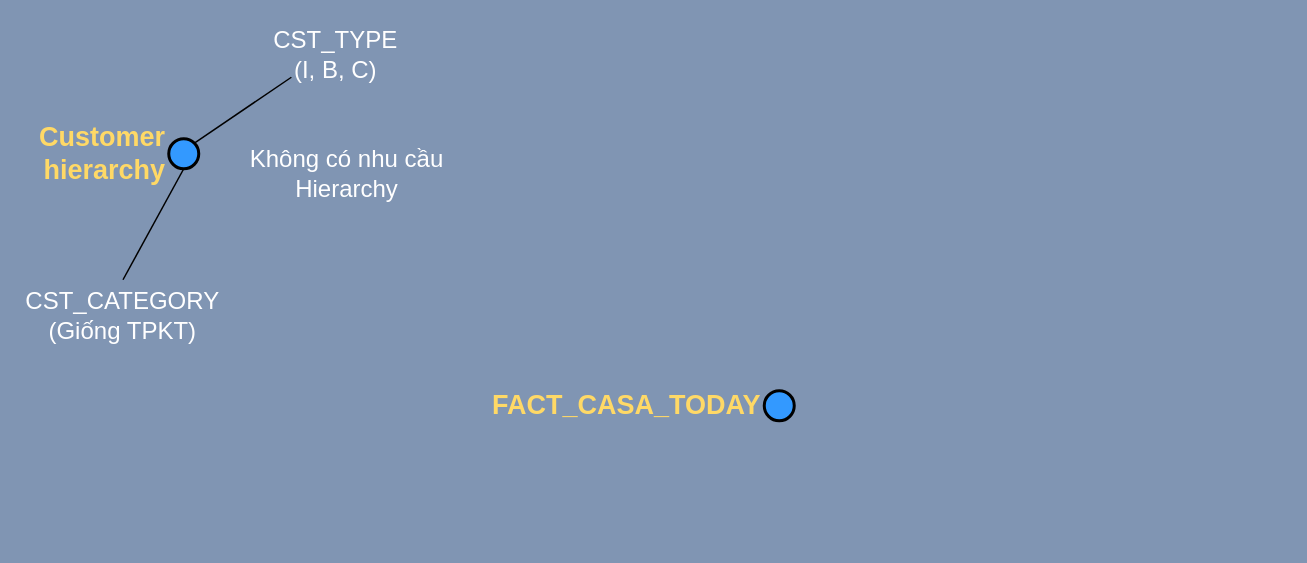
Before: Oracle Aggregate Tables.drawio in uyennt01/Project1, a draw.io diagram. Source tidied: cells renumbered, new cells numbered last; positions are measured from the earlier drawing's top-left corner, leaving out a move shared by most shapes. Both pictures are drawn from the tidied source at 150%, with x=0, y=0 at pixel (33, 32).
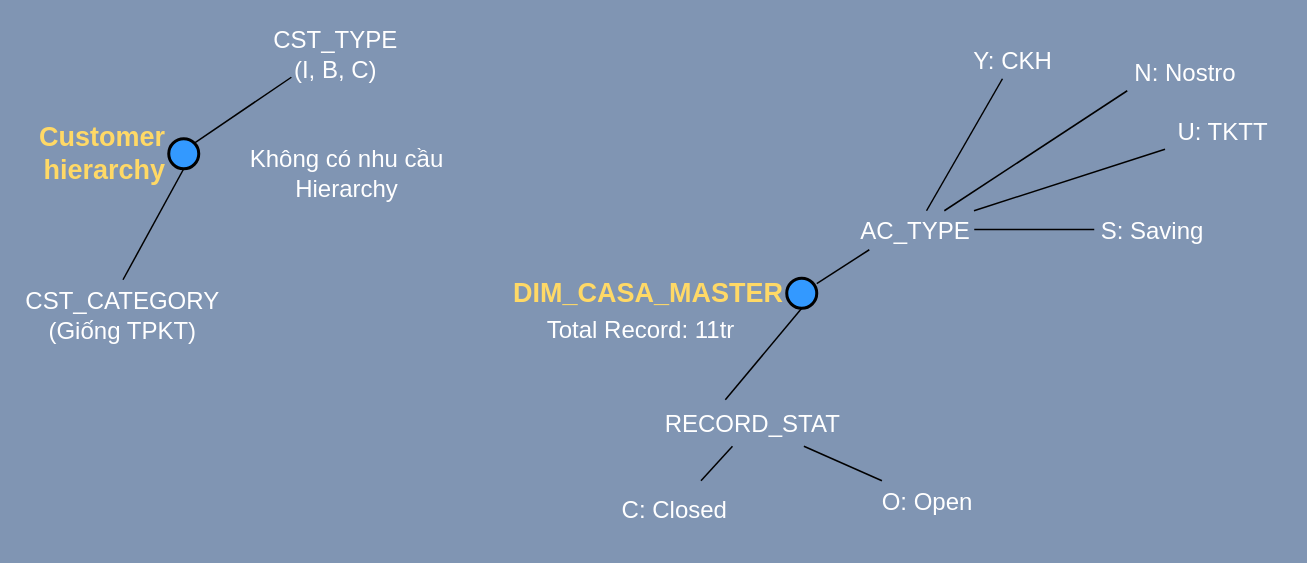
Above is the later version.

Diff of the diagram source:
```diff
@@
+    <mxCell id="9" style="edgeStyle=none;rounded=0;jettySize=auto;html=1;endArrow=none;endFill=0;fontSize=16;fontColor=#FFFFFF;entryX=0.103;entryY=1.04;entryDx=0;entryDy=0;entryPerimeter=0;" parent="1" edge="1" source="8" target="20">
+      <mxGeometry relative="1" as="geometry" />
+    </mxCell>
-    <mxCell id="8" value="FACT_CASA_TODAY" style="strokeWidth=2;html=1;shape=mxgraph.flowchart.start_2;whiteSpace=wrap;labelPosition=left;verticalLabelPosition=middle;align=right;verticalAlign=middle;fillColor=#3399FF;fontStyle=1;fontSize=18;fontColor=#FFD966;" parent="1" vertex="1">
-      <mxGeometry x="487" y="239" width="20" height="20" as="geometry" />
+    <mxCell id="8" value="DIM_CASA_MASTER" style="strokeWidth=2;html=1;shape=mxgraph.flowchart.start_2;whiteSpace=wrap;labelPosition=left;verticalLabelPosition=middle;align=right;verticalAlign=middle;fillColor=#3399FF;fontStyle=1;fontSize=18;fontColor=#FFD966;" parent="1" vertex="1">
+      <mxGeometry x="502" y="164" width="20" height="20" as="geometry" />
     </mxCell>
+    <mxCell id="10" style="edgeStyle=none;rounded=0;jettySize=auto;html=1;endArrow=none;endFill=0;fontSize=16;fontColor=#FFFFFF;" parent="1" edge="1" source="12" target="14">
+      <mxGeometry relative="1" as="geometry" />
+    </mxCell>
+    <mxCell id="11" style="edgeStyle=none;rounded=0;jettySize=auto;html=1;endArrow=none;endFill=0;fontSize=16;fontColor=#FFFFFF;" parent="1" edge="1" source="12" target="13">
+      <mxGeometry relative="1" as="geometry" />
+    </mxCell>
+    <mxCell id="12" value="RECORD_STAT" style="text;html=1;strokeColor=none;fillColor=none;align=center;verticalAlign=middle;whiteSpace=wrap;rounded=0;fontSize=16;fontColor=#FFFFFF;" parent="1" vertex="1">
+      <mxGeometry x="420" y="246" width="119" height="30" as="geometry" />
+    </mxCell>
+    <mxCell id="13" value="O: Open" style="text;html=1;strokeColor=none;fillColor=none;align=center;verticalAlign=middle;whiteSpace=wrap;rounded=0;fontSize=16;fontColor=#FFFFFF;" parent="1" vertex="1">
+      <mxGeometry x="546" y="299" width="100" height="27" as="geometry" />
+    </mxCell>
+    <mxCell id="14" value="C: Closed" style="text;html=1;strokeColor=none;fillColor=none;align=center;verticalAlign=middle;whiteSpace=wrap;rounded=0;fontSize=16;fontColor=#FFFFFF;" parent="1" vertex="1">
+      <mxGeometry x="373" y="299" width="109" height="38" as="geometry" />
+    </mxCell>
+    <mxCell id="15" style="endArrow=none;html=1;entryX=0.345;entryY=-0.033;entryDx=0;entryDy=0;fontColor=#FFFFFF;entryPerimeter=0;exitX=0.5;exitY=1;exitDx=0;exitDy=0;exitPerimeter=0;" parent="1" edge="1" source="8" target="12">
+      <mxGeometry relative="1" as="geometry" />
+    </mxCell>
+    <mxCell id="16" value="Total Record: 11tr" style="text;html=1;strokeColor=none;fillColor=none;align=center;verticalAlign=middle;whiteSpace=wrap;rounded=0;fontColor=#FFFFFF;fontSize=16;" parent="1" vertex="1">
+      <mxGeometry x="331" y="188" width="148" height="20" as="geometry" />
+    </mxCell>
+    <mxCell id="17" style="rounded=0;jettySize=auto;html=1;fontSize=16;fontColor=#FFFFFF;endArrow=none;endFill=0;" parent="1" edge="1" source="20" target="24">
+      <mxGeometry relative="1" as="geometry" />
+    </mxCell>
+    <mxCell id="18" style="rounded=0;jettySize=auto;html=1;endArrow=none;endFill=0;fontSize=16;fontColor=#FFFFFF;" parent="1" edge="1" source="20" target="22">
+      <mxGeometry relative="1" as="geometry" />
+    </mxCell>
+    <mxCell id="19" style="edgeStyle=none;rounded=0;jettySize=auto;html=1;endArrow=none;endFill=0;fontSize=16;fontColor=#FFFFFF;" parent="1" edge="1" source="20" target="21">
+      <mxGeometry relative="1" as="geometry" />
+    </mxCell>
+    <mxCell id="20" value="AC_TYPE" style="text;html=1;strokeColor=none;fillColor=none;align=center;verticalAlign=middle;whiteSpace=wrap;rounded=0;fontSize=16;fontColor=#FFFFFF;" parent="1" vertex="1">
+      <mxGeometry x="549" y="119" width="78" height="25" as="geometry" />
+    </mxCell>
+    <mxCell id="21" value="S: Saving" style="text;html=1;strokeColor=none;fillColor=none;align=center;verticalAlign=middle;whiteSpace=wrap;rounded=0;fontSize=16;fontColor=#FFFFFF;" parent="1" vertex="1">
+      <mxGeometry x="707" y="119" width="78" height="25" as="geometry" />
+    </mxCell>
+    <mxCell id="22" value="U: TKTT" style="text;html=1;strokeColor=none;fillColor=none;align=center;verticalAlign=middle;whiteSpace=wrap;rounded=0;fontSize=16;fontColor=#FFFFFF;" parent="1" vertex="1">
+      <mxGeometry x="754" y="53" width="78" height="25" as="geometry" />
+    </mxCell>
+    <mxCell id="23" value="N: Nostro" style="text;html=1;strokeColor=none;fillColor=none;align=center;verticalAlign=middle;whiteSpace=wrap;rounded=0;fontSize=16;fontColor=#FFFFFF;" parent="1" vertex="1">
+      <mxGeometry x="729" y="14" width="78" height="25" as="geometry" />
+    </mxCell>
+    <mxCell id="24" value="Y: CKH" style="text;html=1;strokeColor=none;fillColor=none;align=center;verticalAlign=middle;whiteSpace=wrap;rounded=0;fontSize=16;fontColor=#FFFFFF;" parent="1" vertex="1">
+      <mxGeometry x="614" y="6" width="78" height="25" as="geometry" />
+    </mxCell>
+    <mxCell id="25" style="rounded=0;jettySize=auto;html=1;fontSize=16;fontColor=#FFFFFF;endArrow=none;endFill=0;entryX=0;entryY=1;entryDx=0;entryDy=0;" parent="1" edge="1" source="20" target="23">
+      <mxGeometry relative="1" as="geometry" />
+    </mxCell>
```
